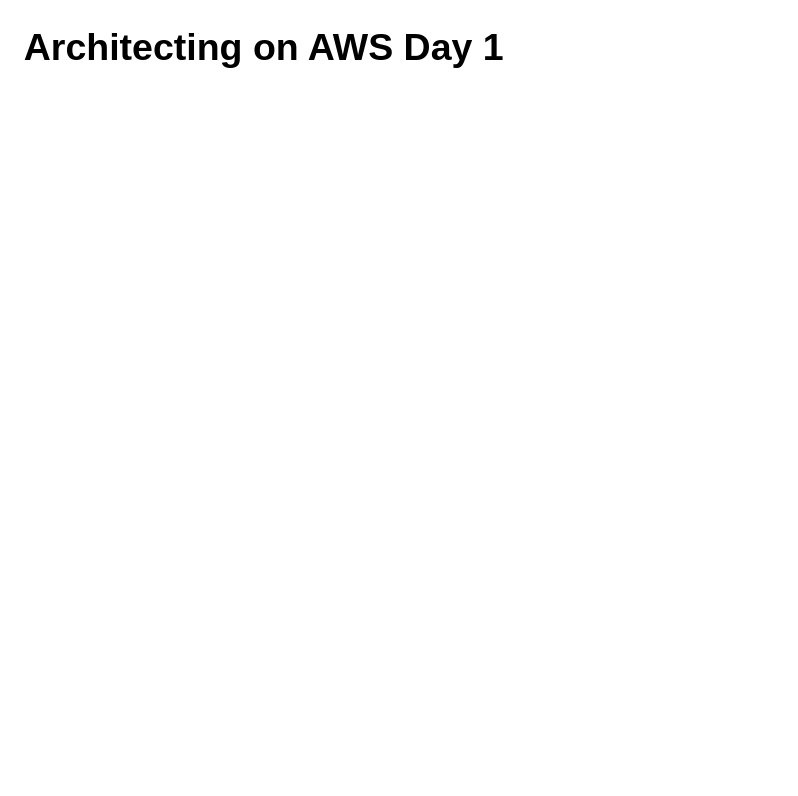
The draw.io diagram page "Page-2" (2 of 6) of lseg-architecting-day1.drawio in taupoali/awsdiagrams, before the edit. Source tidied: cells renumbered, new cells numbered last; positions are measured from the earlier drawing's top-left corner, leaving out a move shared by most shapes. Both pictures are drawn from the tidied source at 125%, with x=0, y=0 at pixel (20, 20).
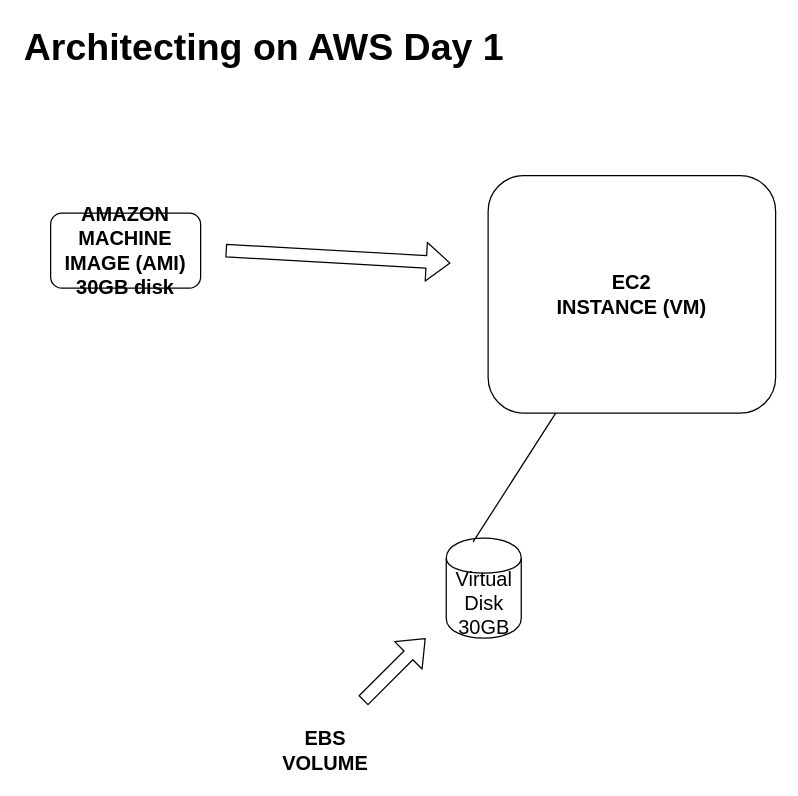
After the change.

What changed in the source:
```diff
@@
 <mxGraphModel>
   <root>
     <mxCell id="0" />
     <mxCell id="1" parent="0" />
     <mxCell id="2" value="Architecting on AWS Day 1" style="text;html=1;align=left;verticalAlign=top;spacingTop=-4;fontSize=30;fontStyle=1;labelBackgroundColor=none;" parent="1" vertex="1">
       <mxGeometry x="0.5" y="0.5" width="400" height="40" as="geometry" />
     </mxCell>
+    <mxCell id="3" value="EC2&lt;br style=&quot;font-size: 16px;&quot;&gt;INSTANCE (VM)" style="rounded=1;whiteSpace=wrap;html=1;fontStyle=1;fontSize=16;" parent="1" vertex="1">
+      <mxGeometry x="374" y="124" width="230" height="190" as="geometry" />
+    </mxCell>
+    <mxCell id="4" value="Virtual Disk&lt;br&gt;30GB" style="shape=cylinder;whiteSpace=wrap;html=1;boundedLbl=1;backgroundOutline=1;fontSize=16;" parent="1" vertex="1">
+      <mxGeometry x="340.5" y="414" width="60" height="80" as="geometry" />
+    </mxCell>
+    <mxCell id="5" style="endArrow=none;html=1;fontSize=16;exitX=0.358;exitY=0.038;exitDx=0;exitDy=0;exitPerimeter=0;" parent="1" edge="1" source="4" target="3">
+      <mxGeometry relative="1" as="geometry" />
+    </mxCell>
+    <mxCell id="6" value="AMAZON&lt;br&gt;MACHINE&lt;br&gt;IMAGE (AMI)&lt;br&gt;30GB disk" style="rounded=1;whiteSpace=wrap;html=1;fontSize=16;fontStyle=1;" parent="1" vertex="1">
+      <mxGeometry x="24" y="154" width="120" height="60" as="geometry" />
+    </mxCell>
+    <mxCell id="7" style="shape=flexArrow;endArrow=classic;html=1;fontSize=16;" parent="1" edge="1">
+      <mxGeometry relative="1" as="geometry">
+        <mxPoint x="164" y="184" as="sourcePoint" />
+        <mxPoint x="344" y="194" as="targetPoint" />
+      </mxGeometry>
+    </mxCell>
+    <mxCell id="8" style="shape=flexArrow;endArrow=classic;html=1;fontSize=16;" parent="1" edge="1">
+      <mxGeometry relative="1" as="geometry">
+        <mxPoint x="274" y="544" as="sourcePoint" />
+        <mxPoint x="324" y="494" as="targetPoint" />
+      </mxGeometry>
+    </mxCell>
+    <mxCell id="9" value="EBS VOLUME" style="text;html=1;strokeColor=none;fillColor=none;align=center;verticalAlign=middle;whiteSpace=wrap;rounded=0;fontSize=16;fontStyle=1;" parent="1" vertex="1">
+      <mxGeometry x="224" y="574" width="40" height="20" as="geometry" />
+    </mxCell>
   </root>
 </mxGraphModel>
```
